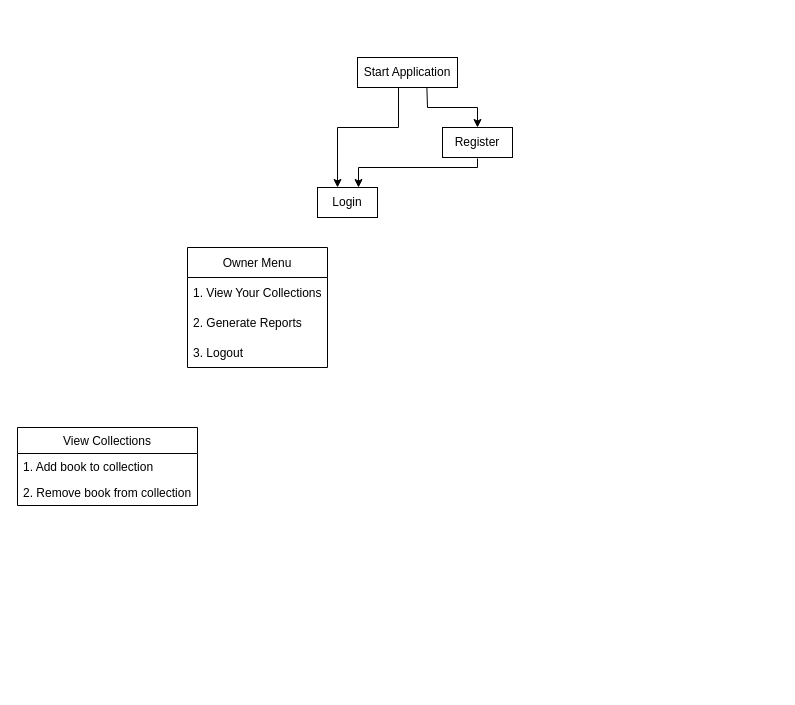
Earlier version of the draw.io diagram Diagrams/2.5 Implementation (Application Architecture).drawio (MiniEinsteinD/BookStore). Source tidied: cells renumbered, new cells numbered last; positions are measured from the earlier drawing's top-left corner, leaving out a move shared by most shapes. Both pictures are drawn from the tidied source at 100%, with x=0, y=0 at pixel (17, 57).
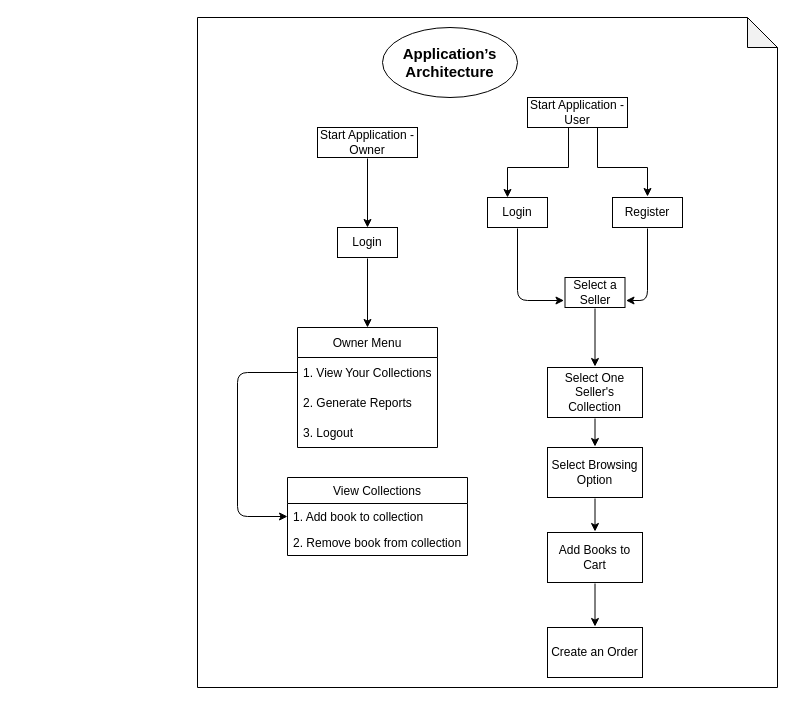
Above is the later version.

The change refers to these unchanged cells:
```xml
<mxCell id="9" value="1. View Your Collections" style="text;strokeColor=none;fillColor=none;align=left;verticalAlign=middle;spacingLeft=4;spacingRight=4;overflow=hidden;points=[[0,0.5],[1,0.5]];portConstraint=eastwest;" parent="8" vertex="1">
  <mxGeometry y="30" width="140" height="30" as="geometry" />
</mxCell>
<mxCell id="13" value="1. Add book to collection" style="text;strokeColor=none;fillColor=none;align=left;verticalAlign=top;spacingLeft=4;spacingRight=4;overflow=hidden;points=[[0,0.5],[1,0.5]];portConstraint=eastwest;" parent="12" vertex="1">
  <mxGeometry y="26" width="180" height="26" as="geometry" />
</mxCell>
```

Change to the diagram source:
```diff
@@
+    <mxCell id="15" style="shape=note;whiteSpace=wrap;html=1;backgroundOutline=1;darkOpacity=0.05;" parent="1" vertex="1">
+      <mxGeometry x="180" y="-40" width="580" height="670" as="geometry" />
+    </mxCell>
-    <mxCell id="2" value="Start Application" style="text;html=1;strokeColor=default;fillColor=none;align=center;verticalAlign=middle;whiteSpace=wrap;rounded=0;perimeterSpacing=1;" parent="1" vertex="1">
-      <mxGeometry x="340" width="100" height="30" as="geometry" />
+    <mxCell id="2" value="Start Application - Owner" style="text;html=1;strokeColor=default;fillColor=none;align=center;verticalAlign=middle;whiteSpace=wrap;rounded=0;perimeterSpacing=1;" parent="1" vertex="1">
+      <mxGeometry x="300" y="70" width="100" height="30" as="geometry" />
     </mxCell>
-    <mxCell id="3" value="Login" style="text;html=1;strokeColor=default;fillColor=none;align=center;verticalAlign=middle;whiteSpace=wrap;rounded=0;perimeterSpacing=1;" parent="1" vertex="1">
-      <mxGeometry x="300" y="130" width="60" height="30" as="geometry" />
-    </mxCell>
-    <mxCell id="4" value="Register" style="text;html=1;strokeColor=default;fillColor=none;align=center;verticalAlign=middle;whiteSpace=wrap;rounded=0;perimeterSpacing=1;" parent="1" vertex="1">
-      <mxGeometry x="425" y="70" width="70" height="30" as="geometry" />
-    </mxCell>
-    <mxCell id="5" style="endArrow=classic;html=1;exitX=0.69;exitY=0.969;exitDx=0;exitDy=0;rounded=0;exitPerimeter=0;" parent="1" edge="1" source="2">
-      <mxGeometry relative="1" as="geometry">
-        <mxPoint x="460" y="70" as="targetPoint" />
-        <Array as="points">
-          <mxPoint x="410" y="50" />
-          <mxPoint x="460" y="50" />
-        </Array>
-      </mxGeometry>
-    </mxCell>
-    <mxCell id="6" style="endArrow=classic;html=1;exitX=0.412;exitY=0.969;exitDx=0;exitDy=0;rounded=0;exitPerimeter=0;entryX=0.339;entryY=0.031;entryDx=0;entryDy=0;entryPerimeter=0;" parent="1" edge="1" source="2" target="3">
+    <mxCell id="6" style="endArrow=classic;html=1;exitX=0.5;exitY=1;exitDx=0;exitDy=0;rounded=0;" parent="1" edge="1" source="2">
       <mxGeometry relative="1" as="geometry">
-        <Array as="points">
-          <mxPoint x="381" y="70" />
-          <mxPoint x="320" y="70" />
-        </Array>
+        <mxPoint x="350" y="170" as="targetPoint" />
       </mxGeometry>
     </mxCell>
-    <mxCell id="7" style="endArrow=classic;html=1;exitX=0.5;exitY=1;exitDx=0;exitDy=0;rounded=0;" parent="1" edge="1" source="4">
-      <mxGeometry relative="1" as="geometry">
-        <mxPoint x="341" y="130" as="targetPoint" />
-        <Array as="points">
-          <mxPoint x="460" y="110" />
-          <mxPoint x="341" y="110" />
-        </Array>
-      </mxGeometry>
-    </mxCell>
     <mxCell id="8" value="Owner Menu" style="swimlane;fontStyle=0;horizontal=1;startSize=30;strokeColor=default;" parent="1" vertex="1">
-      <mxGeometry x="170" y="190" width="140" height="120" as="geometry" />
+      <mxGeometry x="280" y="270" width="140" height="120" as="geometry" />
     </mxCell>
@@
     <mxCell id="12" value="View Collections" style="swimlane;fontStyle=0;horizontal=1;startSize=26;fillColor=none;strokeColor=default;" parent="1" vertex="1">
-      <mxGeometry y="370" width="180" height="78" as="geometry" />
+      <mxGeometry x="270" y="420" width="180" height="78" as="geometry" />
     </mxCell>
@@
+    <mxCell id="16" style="edgeStyle=none;html=1;entryX=0.5;entryY=0;entryDx=0;entryDy=0;" parent="1" edge="1" source="3" target="8">
+      <mxGeometry relative="1" as="geometry" />
+    </mxCell>
+    <mxCell id="3" value="Login" style="text;html=1;strokeColor=default;fillColor=none;align=center;verticalAlign=middle;whiteSpace=wrap;rounded=0;perimeterSpacing=1;" parent="1" vertex="1">
+      <mxGeometry x="320" y="170" width="60" height="30" as="geometry" />
+    </mxCell>
+    <mxCell id="17" value="Start Application - User" style="text;html=1;strokeColor=default;fillColor=none;align=center;verticalAlign=middle;whiteSpace=wrap;rounded=0;perimeterSpacing=1;" parent="1" vertex="1">
+      <mxGeometry x="510" y="40" width="100" height="30" as="geometry" />
+    </mxCell>
+    <mxCell id="18" style="edgeStyle=none;html=1;entryX=1;entryY=0.75;entryDx=0;entryDy=0;" parent="1" edge="1" source="4" target="25">
+      <mxGeometry relative="1" as="geometry">
+        <Array as="points">
+          <mxPoint x="630" y="243" />
+        </Array>
+      </mxGeometry>
+    </mxCell>
+    <mxCell id="4" value="Register" style="text;html=1;strokeColor=default;fillColor=none;align=center;verticalAlign=middle;whiteSpace=wrap;rounded=0;perimeterSpacing=1;" parent="1" vertex="1">
+      <mxGeometry x="595" y="140" width="70" height="30" as="geometry" />
+    </mxCell>
+    <mxCell id="19" style="endArrow=classic;html=1;rounded=0;entryX=0.5;entryY=0;entryDx=0;entryDy=0;" parent="1" edge="1" target="4">
+      <mxGeometry relative="1" as="geometry">
+        <mxPoint x="580" y="70" as="sourcePoint" />
+        <Array as="points">
+          <mxPoint x="580" y="110" />
+          <mxPoint x="630" y="110" />
+        </Array>
+      </mxGeometry>
+    </mxCell>
+    <mxCell id="20" style="endArrow=classic;html=1;exitX=0.412;exitY=0.969;exitDx=0;exitDy=0;rounded=0;exitPerimeter=0;entryX=0.339;entryY=0.031;entryDx=0;entryDy=0;entryPerimeter=0;" parent="1" edge="1" source="17" target="22">
+      <mxGeometry relative="1" as="geometry">
+        <Array as="points">
+          <mxPoint x="551" y="110" />
+          <mxPoint x="490" y="110" />
+        </Array>
+      </mxGeometry>
+    </mxCell>
+    <mxCell id="21" style="edgeStyle=none;html=1;entryX=0;entryY=0.75;entryDx=0;entryDy=0;" parent="1" edge="1" source="22" target="25">
+      <mxGeometry relative="1" as="geometry">
+        <Array as="points">
+          <mxPoint x="500" y="243" />
+        </Array>
+      </mxGeometry>
+    </mxCell>
+    <mxCell id="22" value="Login" style="text;html=1;strokeColor=default;fillColor=none;align=center;verticalAlign=middle;whiteSpace=wrap;rounded=0;perimeterSpacing=1;" parent="1" vertex="1">
+      <mxGeometry x="470" y="140" width="60" height="30" as="geometry" />
+    </mxCell>
+    <mxCell id="23" style="edgeStyle=none;html=1;entryX=0;entryY=0.5;entryDx=0;entryDy=0;" parent="1" edge="1" source="9" target="13">
+      <mxGeometry relative="1" as="geometry">
+        <Array as="points">
+          <mxPoint x="220" y="315" />
+          <mxPoint x="220" y="459" />
+        </Array>
+      </mxGeometry>
+    </mxCell>
+    <mxCell id="24" style="edgeStyle=none;html=1;" parent="1" edge="1" source="25" target="27">
+      <mxGeometry relative="1" as="geometry" />
+    </mxCell>
+    <mxCell id="25" value="Select a Seller" style="text;html=1;strokeColor=default;fillColor=none;align=center;verticalAlign=middle;whiteSpace=wrap;rounded=0;perimeterSpacing=1;" parent="1" vertex="1">
+      <mxGeometry x="547.5" y="220" width="60" height="30" as="geometry" />
+    </mxCell>
+    <mxCell id="26" style="edgeStyle=none;html=1;exitX=0.5;exitY=1;exitDx=0;exitDy=0;" parent="1" edge="1" source="27" target="29">
+      <mxGeometry relative="1" as="geometry" />
+    </mxCell>
+    <mxCell id="27" value="Select One Seller's Collection" style="text;html=1;strokeColor=default;fillColor=none;align=center;verticalAlign=middle;whiteSpace=wrap;rounded=0;perimeterSpacing=1;" parent="1" vertex="1">
+      <mxGeometry x="530" y="310" width="95" height="50" as="geometry" />
+    </mxCell>
+    <mxCell id="28" style="edgeStyle=none;html=1;entryX=0.5;entryY=0;entryDx=0;entryDy=0;" parent="1" edge="1" source="29" target="31">
+      <mxGeometry relative="1" as="geometry" />
+    </mxCell>
+    <mxCell id="29" value="Select Browsing Option" style="text;html=1;strokeColor=default;fillColor=none;align=center;verticalAlign=middle;whiteSpace=wrap;rounded=0;perimeterSpacing=1;" parent="1" vertex="1">
+      <mxGeometry x="530" y="390" width="95" height="50" as="geometry" />
+    </mxCell>
+    <mxCell id="30" style="edgeStyle=none;html=1;entryX=0.5;entryY=0;entryDx=0;entryDy=0;" parent="1" edge="1" source="31" target="32">
+      <mxGeometry relative="1" as="geometry" />
+    </mxCell>
+    <mxCell id="31" value="Add Books to Cart" style="text;html=1;strokeColor=default;fillColor=none;align=center;verticalAlign=middle;whiteSpace=wrap;rounded=0;perimeterSpacing=1;" parent="1" vertex="1">
+      <mxGeometry x="530" y="475" width="95" height="50" as="geometry" />
+    </mxCell>
+    <mxCell id="32" value="Create an Order" style="text;html=1;strokeColor=default;fillColor=none;align=center;verticalAlign=middle;whiteSpace=wrap;rounded=0;perimeterSpacing=1;" parent="1" vertex="1">
+      <mxGeometry x="530" y="570" width="95" height="50" as="geometry" />
+    </mxCell>
+    <mxCell id="33" value="&lt;font style=&quot;font-size: 15px&quot;&gt;&lt;b&gt;Application’s Architecture&lt;/b&gt;&lt;/font&gt;" style="ellipse;whiteSpace=wrap;html=1;" parent="1" vertex="1">
+      <mxGeometry x="365" y="-30" width="135" height="70" as="geometry" />
+    </mxCell>
```
